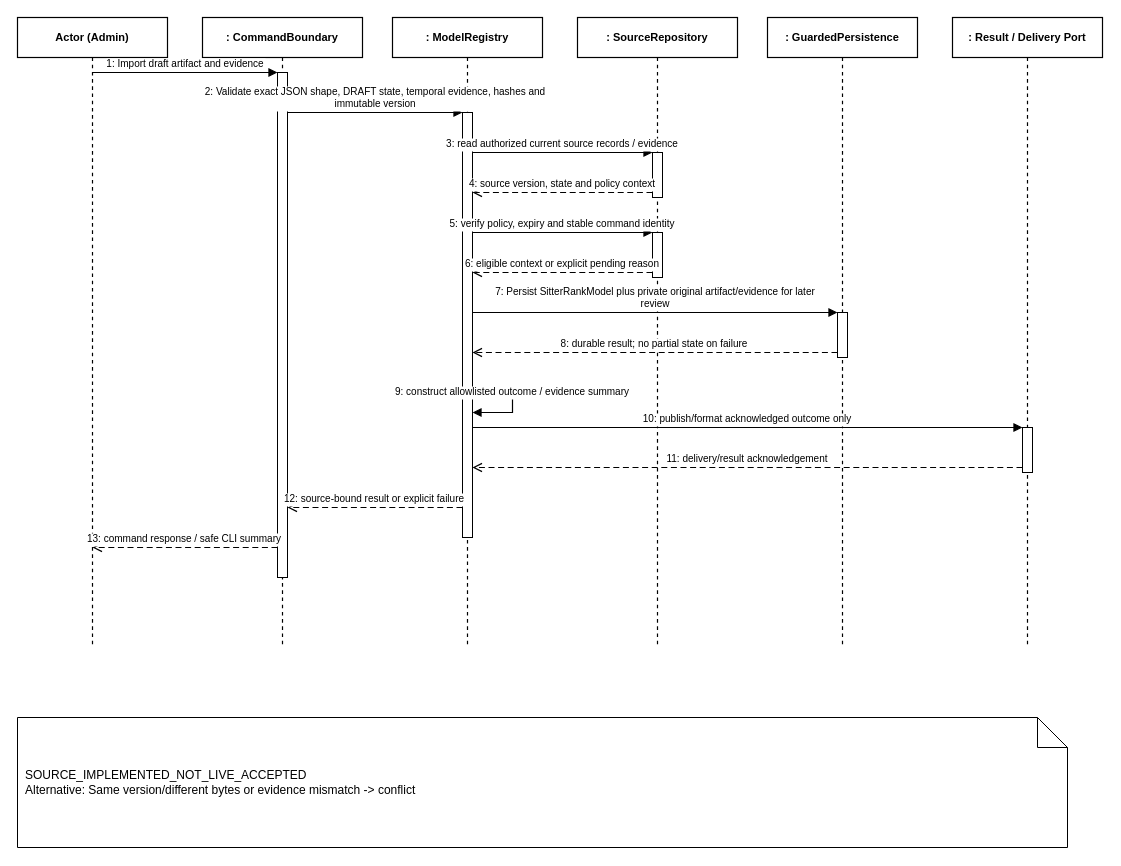
The draw.io diagram doc/reports/report4/sequence/ai-04.drawio in ngocthanhhx7/SEP490_G101_FALL2026, before the edit. Source tidied: cells renumbered, new cells numbered last; positions are measured from the earlier drawing's top-left corner, leaving out a move shared by most shapes. Both pictures are drawn from the tidied source at 100%, with x=0, y=0 at pixel (17, 17).
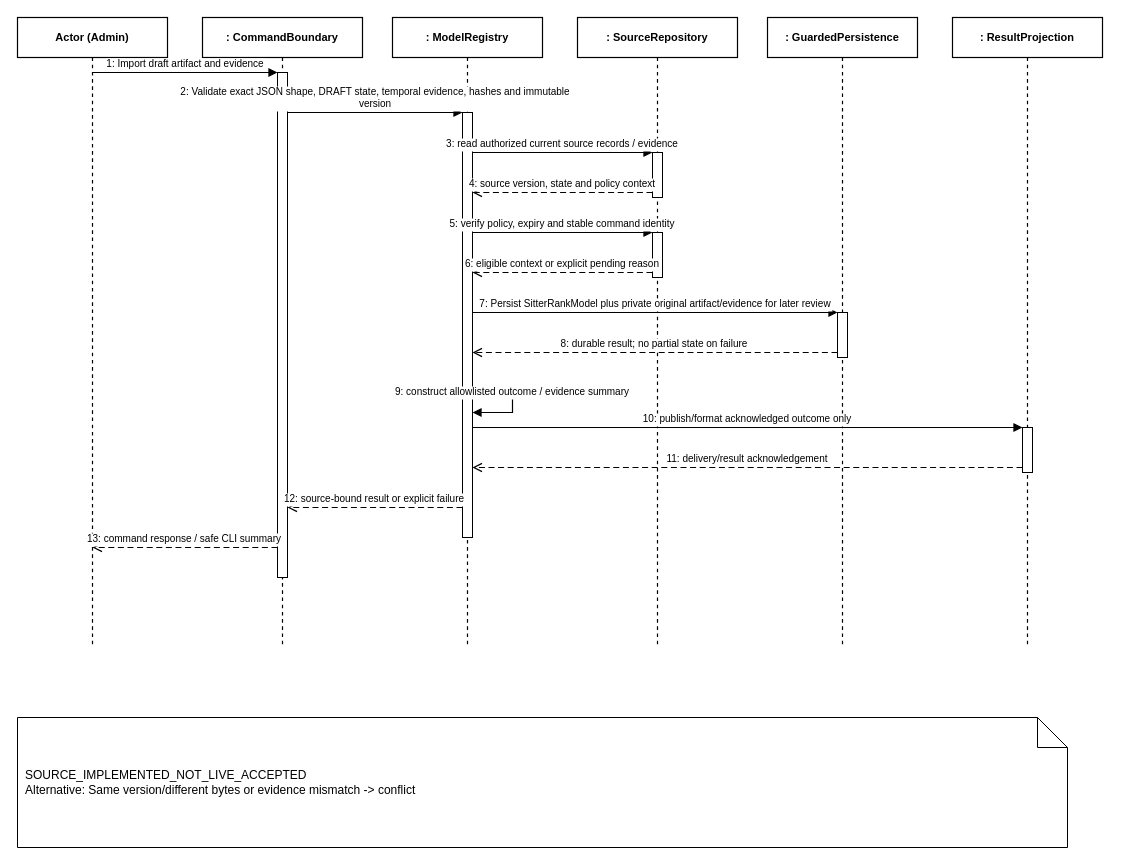
Above is the later version.

What changed in the source:
```diff
@@
-    <mxCell id="7" value=": Result / Delivery Port" style="shape=umlLifeline;perimeter=lifelinePerimeter;whiteSpace=wrap;html=0;size=40;fillColor=#FFFFFF;strokeColor=#000000;strokeWidth=1.2;fontStyle=1;fontSize=11;align=center;" parent="1" vertex="1">
+    <mxCell id="7" value=": ResultProjection" style="shape=umlLifeline;perimeter=lifelinePerimeter;whiteSpace=wrap;html=0;size=40;fillColor=#FFFFFF;strokeColor=#000000;strokeWidth=1.2;fontStyle=1;fontSize=11;align=center;" parent="1" vertex="1">
       <mxGeometry x="935" width="150" height="630" as="geometry" />
     </mxCell>
@@
-    <mxCell id="15" value="2: Validate exact JSON shape, DRAFT state, temporal evidence, hashes and&#10;immutable version" style="html=0;verticalAlign=bottom;endArrow=block;endFill=1;strokeColor=#000000;strokeWidth=1.2;fontSize=10;fontColor=#000000;edgeStyle=orthogonalEdgeStyle;rounded=0;" parent="1" edge="1">
+    <mxCell id="15" value="2: Validate exact JSON shape, DRAFT state, temporal evidence, hashes and immutable&#10;version" style="html=0;verticalAlign=bottom;endArrow=block;endFill=1;strokeColor=#000000;strokeWidth=1.2;fontSize=10;fontColor=#000000;edgeStyle=orthogonalEdgeStyle;rounded=0;" parent="1" edge="1">
       <mxGeometry relative="1" as="geometry">
         <mxPoint x="270" y="95" as="sourcePoint" />
         <mxPoint x="445" y="95" as="targetPoint" />
       </mxGeometry>
     </mxCell>
@@
-    <mxCell id="20" value="7: Persist SitterRankModel plus private original artifact/evidence for later&#10;review" style="html=0;verticalAlign=bottom;endArrow=block;endFill=1;strokeColor=#000000;strokeWidth=1.2;fontSize=10;fontColor=#000000;edgeStyle=orthogonalEdgeStyle;rounded=0;" parent="1" edge="1">
+    <mxCell id="20" value="7: Persist SitterRankModel plus private original artifact/evidence for later review" style="html=0;verticalAlign=bottom;endArrow=block;endFill=1;strokeColor=#000000;strokeWidth=1.2;fontSize=10;fontColor=#000000;edgeStyle=orthogonalEdgeStyle;rounded=0;" parent="1" edge="1">
       <mxGeometry relative="1" as="geometry">
         <mxPoint x="455" y="295" as="sourcePoint" />
         <mxPoint x="820" y="295" as="targetPoint" />
       </mxGeometry>
     </mxCell>
```
